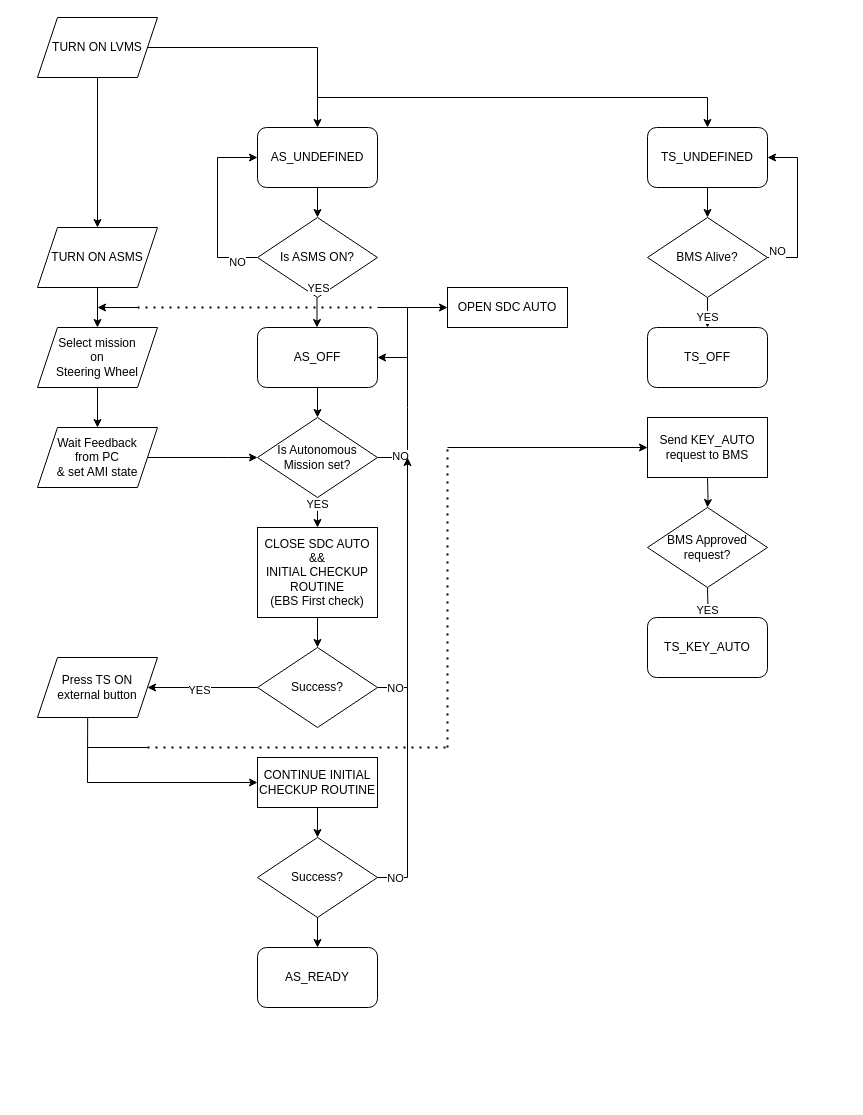
Earlier version of the draw.io diagram Diagramma senza titolo.drawio (carloFerr/carloFerr). Source tidied: cells renumbered, new cells numbered last; positions are measured from the earlier drawing's top-left corner, leaving out a move shared by most shapes. Both pictures are drawn from the tidied source at 100%, with x=0, y=0 at pixel (37, 17).
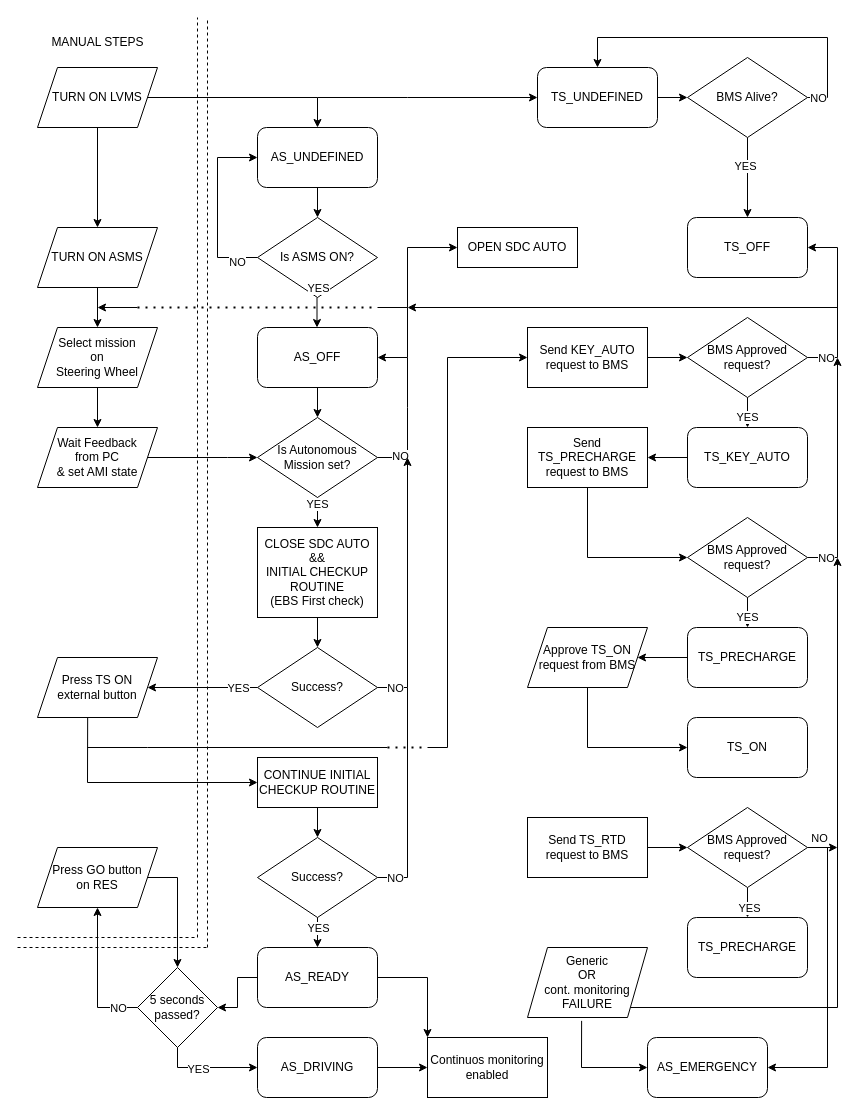
The same page after the edit.

The change refers to these unchanged cells:
```xml
<mxCell id="2" value="AS_UNDEFINED" style="rounded=1;whiteSpace=wrap;html=1;" parent="1" vertex="1">
  <mxGeometry x="220" y="110" width="120" height="60" as="geometry" />
</mxCell>
<mxCell id="8" style="edgeStyle=orthogonalEdgeStyle;rounded=0;jettySize=auto;html=1;" parent="1" edge="1" source="10" target="14">
  <mxGeometry relative="1" as="geometry" />
</mxCell>
<mxCell id="43" style="endArrow=classic;html=1;rounded=0;exitX=0;exitY=0.5;exitDx=0;exitDy=0;entryX=1;entryY=0.5;entryDx=0;entryDy=0;" parent="1" edge="1" source="37" target="36">
  <mxGeometry relative="1" as="geometry" />
</mxCell>
<mxCell id="48" value="Success?" style="rhombus;whiteSpace=wrap;html=1;" parent="1" vertex="1">
  <mxGeometry x="220" y="820" width="120" height="80" as="geometry" />
</mxCell>
<mxCell id="54" value="AS_READY" style="rounded=1;whiteSpace=wrap;html=1;" parent="1" vertex="1">
  <mxGeometry x="220" y="930" width="120" height="60" as="geometry" />
</mxCell>
```

Diff of the diagram source:
```diff
@@
+    <mxCell id="13" style="edgeStyle=orthogonalEdgeStyle;rounded=0;jettySize=auto;html=1;" parent="1" edge="1" source="3" target="10">
+      <mxGeometry relative="1" as="geometry" />
+    </mxCell>
     <mxCell id="3" value="TS_UNDEFINED" style="rounded=1;whiteSpace=wrap;html=1;" parent="1" vertex="1">
-      <mxGeometry x="610" y="110" width="120" height="60" as="geometry" />
+      <mxGeometry x="500" y="50" width="120" height="60" as="geometry" />
     </mxCell>
-    <mxCell id="4" style="endArrow=classic;html=1;rounded=0;entryX=0.5;entryY=0;entryDx=0;entryDy=0;" parent="1" edge="1" target="3">
+    <mxCell id="4" style="endArrow=classic;html=1;rounded=0;entryX=0;entryY=0.5;entryDx=0;entryDy=0;" parent="1" edge="1" target="3">
       <mxGeometry relative="1" as="geometry">
         <mxPoint x="280" y="80" as="sourcePoint" />
         <Array as="points">
-          <mxPoint x="670" y="80" />
+          <mxPoint x="370" y="80" />
         </Array>
       </mxGeometry>
     </mxCell>
-    <mxCell id="5" style="edgeStyle=orthogonalEdgeStyle;rounded=0;jettySize=auto;html=1;" parent="1" edge="1" source="7" target="2">
-      <mxGeometry relative="1" as="geometry" />
-    </mxCell>
@@
     <mxCell id="7" value="TURN ON LVMS" style="shape=parallelogram;perimeter=parallelogramPerimeter;whiteSpace=wrap;html=1;fixedSize=1;" parent="1" vertex="1">
-      <mxGeometry width="120" height="60" as="geometry" />
+      <mxGeometry y="50" width="120" height="60" as="geometry" />
     </mxCell>
@@
-    <mxCell id="9" value="YES" style="edgeLabel;html=1;align=center;verticalAlign=middle;" parent="8" vertex="1">
-      <mxGeometry x="0.54" y="-1" relative="1" as="geometry" />
-    </mxCell>
+    <mxCell id="65" value="YES" style="edgeLabel;html=1;align=center;verticalAlign=middle;" parent="8" vertex="1">
+      <mxGeometry x="-0.29" y="-3" relative="1" as="geometry" />
+    </mxCell>
     <mxCell id="10" value="BMS Alive?" style="rhombus;whiteSpace=wrap;html=1;" parent="1" vertex="1">
-      <mxGeometry x="610" y="200" width="120" height="80" as="geometry" />
+      <mxGeometry x="650" y="40" width="120" height="80" as="geometry" />
     </mxCell>
-    <mxCell id="11" style="endArrow=classic;html=1;rounded=0;exitX=1;exitY=0.5;exitDx=0;exitDy=0;entryX=1;entryY=0.5;entryDx=0;entryDy=0;" parent="1" edge="1" source="10" target="3">
-      <mxGeometry relative="1" as="geometry">
-        <Array as="points">
-          <mxPoint x="760" y="240" />
-          <mxPoint x="760" y="140" />
-        </Array>
-      </mxGeometry>
-    </mxCell>
-    <mxCell id="12" value="NO" style="edgeLabel;html=1;align=center;verticalAlign=middle;" parent="11" vertex="1">
-      <mxGeometry x="-0.53" y="1" relative="1" as="geometry">
-        <mxPoint x="-20" y="1" as="offset" />
-      </mxGeometry>
-    </mxCell>
-    <mxCell id="13" style="endArrow=classic;html=1;rounded=0;exitX=0.5;exitY=1;exitDx=0;exitDy=0;entryX=0.5;entryY=0;entryDx=0;entryDy=0;" parent="1" edge="1" source="3" target="10">
-      <mxGeometry relative="1" as="geometry" />
-    </mxCell>
     <mxCell id="14" value="TS_OFF" style="rounded=1;whiteSpace=wrap;html=1;" parent="1" vertex="1">
-      <mxGeometry x="610" y="310" width="120" height="60" as="geometry" />
+      <mxGeometry x="650" y="200" width="120" height="60" as="geometry" />
     </mxCell>
@@
     <mxCell id="44" value="YES" style="edgeLabel;html=1;align=center;verticalAlign=middle;" parent="43" vertex="1">
-      <mxGeometry x="0.07" y="2" relative="1" as="geometry" />
+      <mxGeometry x="0.07" y="2" relative="1" as="geometry">
+        <mxPoint x="39" y="-2" as="offset" />
+      </mxGeometry>
     </mxCell>
@@
-    <mxCell id="51" style="endArrow=classic;html=1;rounded=0;" parent="1" edge="1">
-      <mxGeometry relative="1" as="geometry">
-        <mxPoint x="370" y="290" as="sourcePoint" />
-        <mxPoint x="410" y="290" as="targetPoint" />
-      </mxGeometry>
-    </mxCell>
     <mxCell id="52" value="OPEN SDC AUTO" style="rounded=0;whiteSpace=wrap;html=1;" parent="1" vertex="1">
-      <mxGeometry x="410" y="270" width="120" height="40" as="geometry" />
+      <mxGeometry x="420" y="210" width="120" height="40" as="geometry" />
     </mxCell>
-    <mxCell id="53" style="endArrow=classic;html=1;rounded=0;exitX=0.5;exitY=1;exitDx=0;exitDy=0;" parent="1" edge="1" source="48">
-      <mxGeometry relative="1" as="geometry">
-        <mxPoint x="280" y="930" as="targetPoint" />
-      </mxGeometry>
-    </mxCell>
+    <mxCell id="66" style="edgeStyle=orthogonalEdgeStyle;rounded=0;jettySize=auto;html=1;" parent="1" edge="1" source="54" target="96">
+      <mxGeometry relative="1" as="geometry" />
+    </mxCell>
@@
-    <mxCell id="56" style="endArrow=none;dashed=1;html=1;dashPattern=1 3;strokeWidth=2;rounded=0;" parent="1" edge="1">
-      <mxGeometry relative="1" as="geometry">
-        <mxPoint x="110" y="730" as="sourcePoint" />
-        <mxPoint x="410" y="730" as="targetPoint" />
-      </mxGeometry>
-    </mxCell>
-    <mxCell id="57" style="endArrow=classic;html=1;rounded=0;entryX=0;entryY=0.5;entryDx=0;entryDy=0;" parent="1" edge="1">
-      <mxGeometry relative="1" as="geometry">
-        <mxPoint x="410" y="430" as="sourcePoint" />
-        <mxPoint x="610" y="430" as="targetPoint" />
-      </mxGeometry>
-    </mxCell>
-    <mxCell id="58" style="edgeStyle=orthogonalEdgeStyle;rounded=0;jettySize=auto;html=1;" parent="1" edge="1" target="60">
-      <mxGeometry relative="1" as="geometry">
-        <mxPoint x="670" y="460" as="sourcePoint" />
-      </mxGeometry>
-    </mxCell>
-    <mxCell id="59" style="endArrow=none;dashed=1;html=1;dashPattern=1 3;strokeWidth=2;rounded=0;" parent="1" edge="1">
-      <mxGeometry relative="1" as="geometry">
-        <mxPoint x="410" y="730" as="sourcePoint" />
-        <mxPoint x="410" y="430" as="targetPoint" />
-      </mxGeometry>
-    </mxCell>
     <mxCell id="60" value="BMS Approved request?" style="rhombus;whiteSpace=wrap;html=1;" parent="1" vertex="1">
-      <mxGeometry x="610" y="490" width="120" height="80" as="geometry" />
+      <mxGeometry x="650" y="300" width="120" height="80" as="geometry" />
     </mxCell>
-    <mxCell id="61" style="edgeStyle=orthogonalEdgeStyle;rounded=0;jettySize=auto;html=1;" parent="1" edge="1" target="63">
-      <mxGeometry relative="1" as="geometry">
-        <mxPoint x="670" y="570" as="sourcePoint" />
-      </mxGeometry>
+    <mxCell id="61" style="edgeStyle=orthogonalEdgeStyle;rounded=0;jettySize=auto;html=1;exitX=0.5;exitY=1;exitDx=0;exitDy=0;" parent="1" edge="1" source="60" target="63">
+      <mxGeometry relative="1" as="geometry" />
     </mxCell>
@@
+    <mxCell id="67" style="edgeStyle=orthogonalEdgeStyle;rounded=0;jettySize=auto;html=1;" parent="1" edge="1" source="63" target="69">
+      <mxGeometry relative="1" as="geometry" />
+    </mxCell>
     <mxCell id="63" value="TS_KEY_AUTO" style="rounded=1;whiteSpace=wrap;html=1;" parent="1" vertex="1">
-      <mxGeometry x="610" y="600" width="120" height="60" as="geometry" />
+      <mxGeometry x="650" y="410" width="120" height="60" as="geometry" />
     </mxCell>
+    <mxCell id="68" value="Continuos monitoring enabled" style="rounded=0;whiteSpace=wrap;html=1;" parent="1" vertex="1">
+      <mxGeometry x="390" y="1020" width="120" height="60" as="geometry" />
+    </mxCell>
+    <mxCell id="69" value="Send TS_PRECHARGE request to BMS" style="rounded=0;whiteSpace=wrap;html=1;" parent="1" vertex="1">
+      <mxGeometry x="490" y="410" width="120" height="60" as="geometry" />
+    </mxCell>
+    <mxCell id="70" style="endArrow=classic;html=1;rounded=0;entryX=0;entryY=0.5;entryDx=0;entryDy=0;" parent="1" edge="1" target="64">
+      <mxGeometry relative="1" as="geometry">
+        <mxPoint x="390" y="730" as="sourcePoint" />
+        <Array as="points">
+          <mxPoint x="410" y="730" />
+          <mxPoint x="410" y="340" />
+        </Array>
+      </mxGeometry>
+    </mxCell>
     <mxCell id="64" value="Send KEY_AUTO request to BMS" style="rounded=0;whiteSpace=wrap;html=1;" parent="1" vertex="1">
-      <mxGeometry x="610" y="400" width="120" height="60" as="geometry" />
+      <mxGeometry x="490" y="310" width="120" height="60" as="geometry" />
     </mxCell>
+    <mxCell id="71" style="endArrow=classic;html=1;rounded=0;exitX=1;exitY=0.5;exitDx=0;exitDy=0;entryX=0;entryY=0.5;entryDx=0;entryDy=0;" parent="1" edge="1" source="64" target="60">
+      <mxGeometry relative="1" as="geometry" />
+    </mxCell>
+    <mxCell id="72" style="endArrow=classic;html=1;rounded=0;exitX=1;exitY=0.5;exitDx=0;exitDy=0;entryX=1;entryY=0.5;entryDx=0;entryDy=0;" parent="1" edge="1" source="60" target="14">
+      <mxGeometry relative="1" as="geometry">
+        <Array as="points">
+          <mxPoint x="800" y="340" />
+          <mxPoint x="800" y="230" />
+        </Array>
+      </mxGeometry>
+    </mxCell>
+    <mxCell id="73" value="NO" style="edgeLabel;html=1;align=center;verticalAlign=middle;" parent="72" vertex="1">
+      <mxGeometry x="-0.79" relative="1" as="geometry" />
+    </mxCell>
+    <mxCell id="74" style="endArrow=classic;html=1;rounded=0;" parent="1" edge="1">
+      <mxGeometry relative="1" as="geometry">
+        <mxPoint x="800" y="290" as="sourcePoint" />
+        <mxPoint x="370" y="290" as="targetPoint" />
+      </mxGeometry>
+    </mxCell>
+    <mxCell id="75" value="BMS Approved request?" style="rhombus;whiteSpace=wrap;html=1;" parent="1" vertex="1">
+      <mxGeometry x="650" y="500" width="120" height="80" as="geometry" />
+    </mxCell>
+    <mxCell id="76" style="edgeStyle=orthogonalEdgeStyle;rounded=0;jettySize=auto;html=1;exitX=0.5;exitY=1;exitDx=0;exitDy=0;" parent="1" edge="1" source="75" target="79">
+      <mxGeometry relative="1" as="geometry" />
+    </mxCell>
+    <mxCell id="77" value="YES" style="edgeLabel;html=1;align=center;verticalAlign=middle;" parent="76" vertex="1">
+      <mxGeometry x="0.54" y="-1" relative="1" as="geometry" />
+    </mxCell>
+    <mxCell id="78" style="edgeStyle=orthogonalEdgeStyle;rounded=0;jettySize=auto;html=1;" parent="1" edge="1" source="79" target="83">
+      <mxGeometry relative="1" as="geometry" />
+    </mxCell>
+    <mxCell id="79" value="TS_PRECHARGE" style="rounded=1;whiteSpace=wrap;html=1;" parent="1" vertex="1">
+      <mxGeometry x="650" y="610" width="120" height="60" as="geometry" />
+    </mxCell>
+    <mxCell id="80" style="endArrow=classic;html=1;rounded=0;entryX=0;entryY=0.5;entryDx=0;entryDy=0;exitX=0.5;exitY=1;exitDx=0;exitDy=0;" parent="1" edge="1" source="69" target="75">
+      <mxGeometry relative="1" as="geometry">
+        <Array as="points">
+          <mxPoint x="550" y="540" />
+        </Array>
+      </mxGeometry>
+    </mxCell>
+    <mxCell id="81" style="endArrow=classic;html=1;rounded=0;exitX=1;exitY=0.5;exitDx=0;exitDy=0;" parent="1" edge="1" source="75">
+      <mxGeometry relative="1" as="geometry">
+        <mxPoint x="800" y="340" as="targetPoint" />
+        <Array as="points">
+          <mxPoint x="800" y="540" />
+        </Array>
+      </mxGeometry>
+    </mxCell>
+    <mxCell id="82" value="NO" style="edgeLabel;html=1;align=center;verticalAlign=middle;" parent="81" vertex="1">
+      <mxGeometry x="-0.84" relative="1" as="geometry" />
+    </mxCell>
+    <mxCell id="83" value="Approve TS_ON request from BMS" style="shape=parallelogram;perimeter=parallelogramPerimeter;whiteSpace=wrap;html=1;fixedSize=1;" parent="1" vertex="1">
+      <mxGeometry x="490" y="610" width="120" height="60" as="geometry" />
+    </mxCell>
+    <mxCell id="84" style="endArrow=classic;html=1;rounded=0;exitX=0.5;exitY=1;exitDx=0;exitDy=0;entryX=0.5;entryY=0;entryDx=0;entryDy=0;" parent="1" edge="1" source="48" target="54">
+      <mxGeometry relative="1" as="geometry" />
+    </mxCell>
+    <mxCell id="85" value="YES" style="edgeLabel;html=1;align=center;verticalAlign=middle;" parent="84" vertex="1">
+      <mxGeometry x="-0.31" relative="1" as="geometry" />
+    </mxCell>
+    <mxCell id="86" style="endArrow=classic;html=1;rounded=0;exitX=0.5;exitY=1;exitDx=0;exitDy=0;entryX=0;entryY=0.5;entryDx=0;entryDy=0;" parent="1" edge="1" source="83" target="87">
+      <mxGeometry relative="1" as="geometry">
+        <Array as="points">
+          <mxPoint x="550" y="730" />
+        </Array>
+      </mxGeometry>
+    </mxCell>
+    <mxCell id="87" value="TS_ON" style="rounded=1;whiteSpace=wrap;html=1;" parent="1" vertex="1">
+      <mxGeometry x="650" y="700" width="120" height="60" as="geometry" />
+    </mxCell>
+    <mxCell id="88" style="endArrow=none;dashed=1;html=1;rounded=0;" parent="1" edge="1">
+      <mxGeometry relative="1" as="geometry">
+        <mxPoint x="170" y="930" as="sourcePoint" />
+        <mxPoint x="170" as="targetPoint" />
+      </mxGeometry>
+    </mxCell>
+    <mxCell id="5" style="endArrow=classic;html=1;rounded=0;exitX=1;exitY=0.5;exitDx=0;exitDy=0;entryX=0.5;entryY=0;entryDx=0;entryDy=0;" parent="1" edge="1" source="7" target="2">
+      <mxGeometry relative="1" as="geometry">
+        <Array as="points">
+          <mxPoint x="280" y="80" />
+        </Array>
+      </mxGeometry>
+    </mxCell>
+    <mxCell id="89" value="MANUAL STEPS" style="text;html=1;align=center;verticalAlign=middle;strokeColor=none;fillColor=none;" parent="1" vertex="1">
+      <mxGeometry y="10" width="120" height="30" as="geometry" />
+    </mxCell>
+    <mxCell id="90" style="endArrow=none;dashed=1;html=1;rounded=0;" parent="1" edge="1">
+      <mxGeometry relative="1" as="geometry">
+        <mxPoint x="160" y="920" as="sourcePoint" />
+        <mxPoint x="160" as="targetPoint" />
+      </mxGeometry>
+    </mxCell>
+    <mxCell id="91" style="endArrow=none;html=1;rounded=0;" parent="1" edge="1">
+      <mxGeometry relative="1" as="geometry">
+        <mxPoint x="110" y="730" as="sourcePoint" />
+        <mxPoint x="350" y="730" as="targetPoint" />
+      </mxGeometry>
+    </mxCell>
+    <mxCell id="92" style="endArrow=none;dashed=1;html=1;dashPattern=1 3;strokeWidth=2;rounded=0;" parent="1" edge="1">
+      <mxGeometry relative="1" as="geometry">
+        <mxPoint x="350" y="730" as="sourcePoint" />
+        <mxPoint x="390" y="730" as="targetPoint" />
+      </mxGeometry>
+    </mxCell>
+    <mxCell id="93" value="Press GO button&lt;br&gt;on RES" style="shape=parallelogram;perimeter=parallelogramPerimeter;whiteSpace=wrap;html=1;fixedSize=1;" parent="1" vertex="1">
+      <mxGeometry y="830" width="120" height="60" as="geometry" />
+    </mxCell>
+    <mxCell id="94" style="endArrow=none;dashed=1;html=1;rounded=0;" parent="1" edge="1">
+      <mxGeometry relative="1" as="geometry">
+        <mxPoint x="-20" y="920" as="sourcePoint" />
+        <mxPoint x="160" y="920" as="targetPoint" />
+      </mxGeometry>
+    </mxCell>
+    <mxCell id="95" style="endArrow=none;dashed=1;html=1;rounded=0;" parent="1" edge="1">
+      <mxGeometry relative="1" as="geometry">
+        <mxPoint x="-20" y="930" as="sourcePoint" />
+        <mxPoint x="170" y="930" as="targetPoint" />
+      </mxGeometry>
+    </mxCell>
+    <mxCell id="96" value="5 seconds passed?" style="rhombus;whiteSpace=wrap;html=1;" parent="1" vertex="1">
+      <mxGeometry x="100" y="950" width="80" height="80" as="geometry" />
+    </mxCell>
+    <mxCell id="97" style="endArrow=classic;html=1;rounded=0;entryX=0.5;entryY=0;entryDx=0;entryDy=0;" parent="1" edge="1" target="96">
+      <mxGeometry relative="1" as="geometry">
+        <mxPoint x="110" y="860" as="sourcePoint" />
+        <Array as="points">
+          <mxPoint x="140" y="860" />
+        </Array>
+      </mxGeometry>
+    </mxCell>
+    <mxCell id="98" style="endArrow=classic;html=1;rounded=0;exitX=0;exitY=0.5;exitDx=0;exitDy=0;entryX=0.5;entryY=1;entryDx=0;entryDy=0;" parent="1" edge="1" source="96" target="93">
+      <mxGeometry relative="1" as="geometry">
+        <Array as="points">
+          <mxPoint x="60" y="990" />
+        </Array>
+      </mxGeometry>
+    </mxCell>
+    <mxCell id="99" value="NO" style="edgeLabel;html=1;align=center;verticalAlign=middle;" parent="98" vertex="1">
+      <mxGeometry x="-0.57" relative="1" as="geometry">
+        <mxPoint x="10" as="offset" />
+      </mxGeometry>
+    </mxCell>
+    <mxCell id="100" value="AS_DRIVING" style="rounded=1;whiteSpace=wrap;html=1;" parent="1" vertex="1">
+      <mxGeometry x="220" y="1020" width="120" height="60" as="geometry" />
+    </mxCell>
+    <mxCell id="101" style="endArrow=classic;html=1;rounded=0;entryX=0;entryY=0.5;entryDx=0;entryDy=0;exitX=0.5;exitY=1;exitDx=0;exitDy=0;" parent="1" edge="1" source="96" target="100">
+      <mxGeometry relative="1" as="geometry">
+        <Array as="points">
+          <mxPoint x="140" y="1050" />
+        </Array>
+      </mxGeometry>
+    </mxCell>
+    <mxCell id="102" value="YES" style="edgeLabel;html=1;align=center;verticalAlign=middle;" parent="101" vertex="1">
+      <mxGeometry x="-0.21" y="-1" relative="1" as="geometry" />
+    </mxCell>
+    <mxCell id="103" style="endArrow=classic;html=1;rounded=0;exitX=1;exitY=0.5;exitDx=0;exitDy=0;entryX=0;entryY=0;entryDx=0;entryDy=0;" parent="1" edge="1" source="54" target="68">
+      <mxGeometry relative="1" as="geometry">
+        <Array as="points">
+          <mxPoint x="390" y="960" />
+        </Array>
+      </mxGeometry>
+    </mxCell>
+    <mxCell id="104" style="endArrow=classic;html=1;rounded=0;exitX=1;exitY=0.5;exitDx=0;exitDy=0;entryX=0;entryY=0.5;entryDx=0;entryDy=0;" parent="1" edge="1" source="100" target="68">
+      <mxGeometry relative="1" as="geometry" />
+    </mxCell>
+    <mxCell id="105" value="Generic&lt;br&gt;OR&lt;br&gt;cont. monitoring&lt;br&gt;FAILURE" style="shape=parallelogram;perimeter=parallelogramPerimeter;whiteSpace=wrap;html=1;fixedSize=1;" parent="1" vertex="1">
+      <mxGeometry x="490" y="930" width="120" height="70" as="geometry" />
+    </mxCell>
+    <mxCell id="106" value="AS_EMERGENCY" style="rounded=1;whiteSpace=wrap;html=1;" parent="1" vertex="1">
+      <mxGeometry x="610" y="1020" width="120" height="60" as="geometry" />
+    </mxCell>
+    <mxCell id="11" style="endArrow=classic;html=1;rounded=0;exitX=1;exitY=0.5;exitDx=0;exitDy=0;entryX=0.5;entryY=0;entryDx=0;entryDy=0;" parent="1" edge="1" source="10" target="3">
+      <mxGeometry relative="1" as="geometry">
+        <Array as="points">
+          <mxPoint x="790" y="80" />
+          <mxPoint x="790" y="20" />
+          <mxPoint x="560" y="20" />
+        </Array>
+      </mxGeometry>
+    </mxCell>
+    <mxCell id="107" value="NO" style="edgeLabel;html=1;align=center;verticalAlign=middle;" parent="11" vertex="1">
+      <mxGeometry x="-0.94" relative="1" as="geometry" />
+    </mxCell>
+    <mxCell id="108" style="endArrow=classic;html=1;rounded=0;entryX=0;entryY=0.5;entryDx=0;entryDy=0;" parent="1" edge="1" target="52">
+      <mxGeometry relative="1" as="geometry">
+        <mxPoint x="370" y="290" as="sourcePoint" />
+        <Array as="points">
+          <mxPoint x="370" y="230" />
+        </Array>
+      </mxGeometry>
+    </mxCell>
+    <mxCell id="109" style="endArrow=classic;html=1;rounded=0;exitX=1;exitY=1;exitDx=0;exitDy=0;" parent="1" edge="1" source="105">
+      <mxGeometry relative="1" as="geometry">
+        <mxPoint x="800" y="540" as="targetPoint" />
+        <Array as="points">
+          <mxPoint x="800" y="990" />
+        </Array>
+      </mxGeometry>
+    </mxCell>
+    <mxCell id="110" style="edgeStyle=orthogonalEdgeStyle;rounded=0;jettySize=auto;html=1;" parent="1" edge="1" source="111" target="114">
+      <mxGeometry relative="1" as="geometry" />
+    </mxCell>
+    <mxCell id="111" value="Send TS_RTD &lt;br&gt;request to BMS" style="rounded=0;whiteSpace=wrap;html=1;" parent="1" vertex="1">
+      <mxGeometry x="490" y="800" width="120" height="60" as="geometry" />
+    </mxCell>
+    <mxCell id="112" style="edgeStyle=orthogonalEdgeStyle;rounded=0;jettySize=auto;html=1;" parent="1" edge="1" source="114" target="119">
+      <mxGeometry relative="1" as="geometry" />
+    </mxCell>
+    <mxCell id="113" value="YES" style="edgeLabel;html=1;align=center;verticalAlign=middle;" parent="112" vertex="1">
+      <mxGeometry x="0.6" y="1" relative="1" as="geometry" />
+    </mxCell>
+    <mxCell id="114" value="BMS Approved request?" style="rhombus;whiteSpace=wrap;html=1;" parent="1" vertex="1">
+      <mxGeometry x="650" y="790" width="120" height="80" as="geometry" />
+    </mxCell>
+    <mxCell id="115" style="endArrow=classic;html=1;rounded=0;exitX=1;exitY=0.5;exitDx=0;exitDy=0;" parent="1" edge="1" source="114">
+      <mxGeometry relative="1" as="geometry">
+        <mxPoint x="800" y="830" as="targetPoint" />
+      </mxGeometry>
+    </mxCell>
+    <mxCell id="116" value="NO" style="edgeLabel;html=1;align=center;verticalAlign=middle;" parent="115" vertex="1">
+      <mxGeometry x="-0.24" y="3" relative="1" as="geometry">
+        <mxPoint y="-7" as="offset" />
+      </mxGeometry>
+    </mxCell>
+    <mxCell id="117" style="endArrow=classic;html=1;rounded=0;entryX=1;entryY=0.5;entryDx=0;entryDy=0;" parent="1" edge="1" target="106">
+      <mxGeometry relative="1" as="geometry">
+        <mxPoint x="790" y="830" as="sourcePoint" />
+        <Array as="points">
+          <mxPoint x="790" y="1050" />
+        </Array>
+      </mxGeometry>
+    </mxCell>
+    <mxCell id="118" style="endArrow=classic;html=1;rounded=0;exitX=0.451;exitY=1.048;exitDx=0;exitDy=0;exitPerimeter=0;entryX=0;entryY=0.5;entryDx=0;entryDy=0;" parent="1" edge="1" source="105" target="106">
+      <mxGeometry relative="1" as="geometry">
+        <Array as="points">
+          <mxPoint x="544" y="1050" />
+        </Array>
+      </mxGeometry>
+    </mxCell>
+    <mxCell id="119" value="TS_PRECHARGE" style="rounded=1;whiteSpace=wrap;html=1;" parent="1" vertex="1">
+      <mxGeometry x="650" y="900" width="120" height="60" as="geometry" />
+    </mxCell>
```
